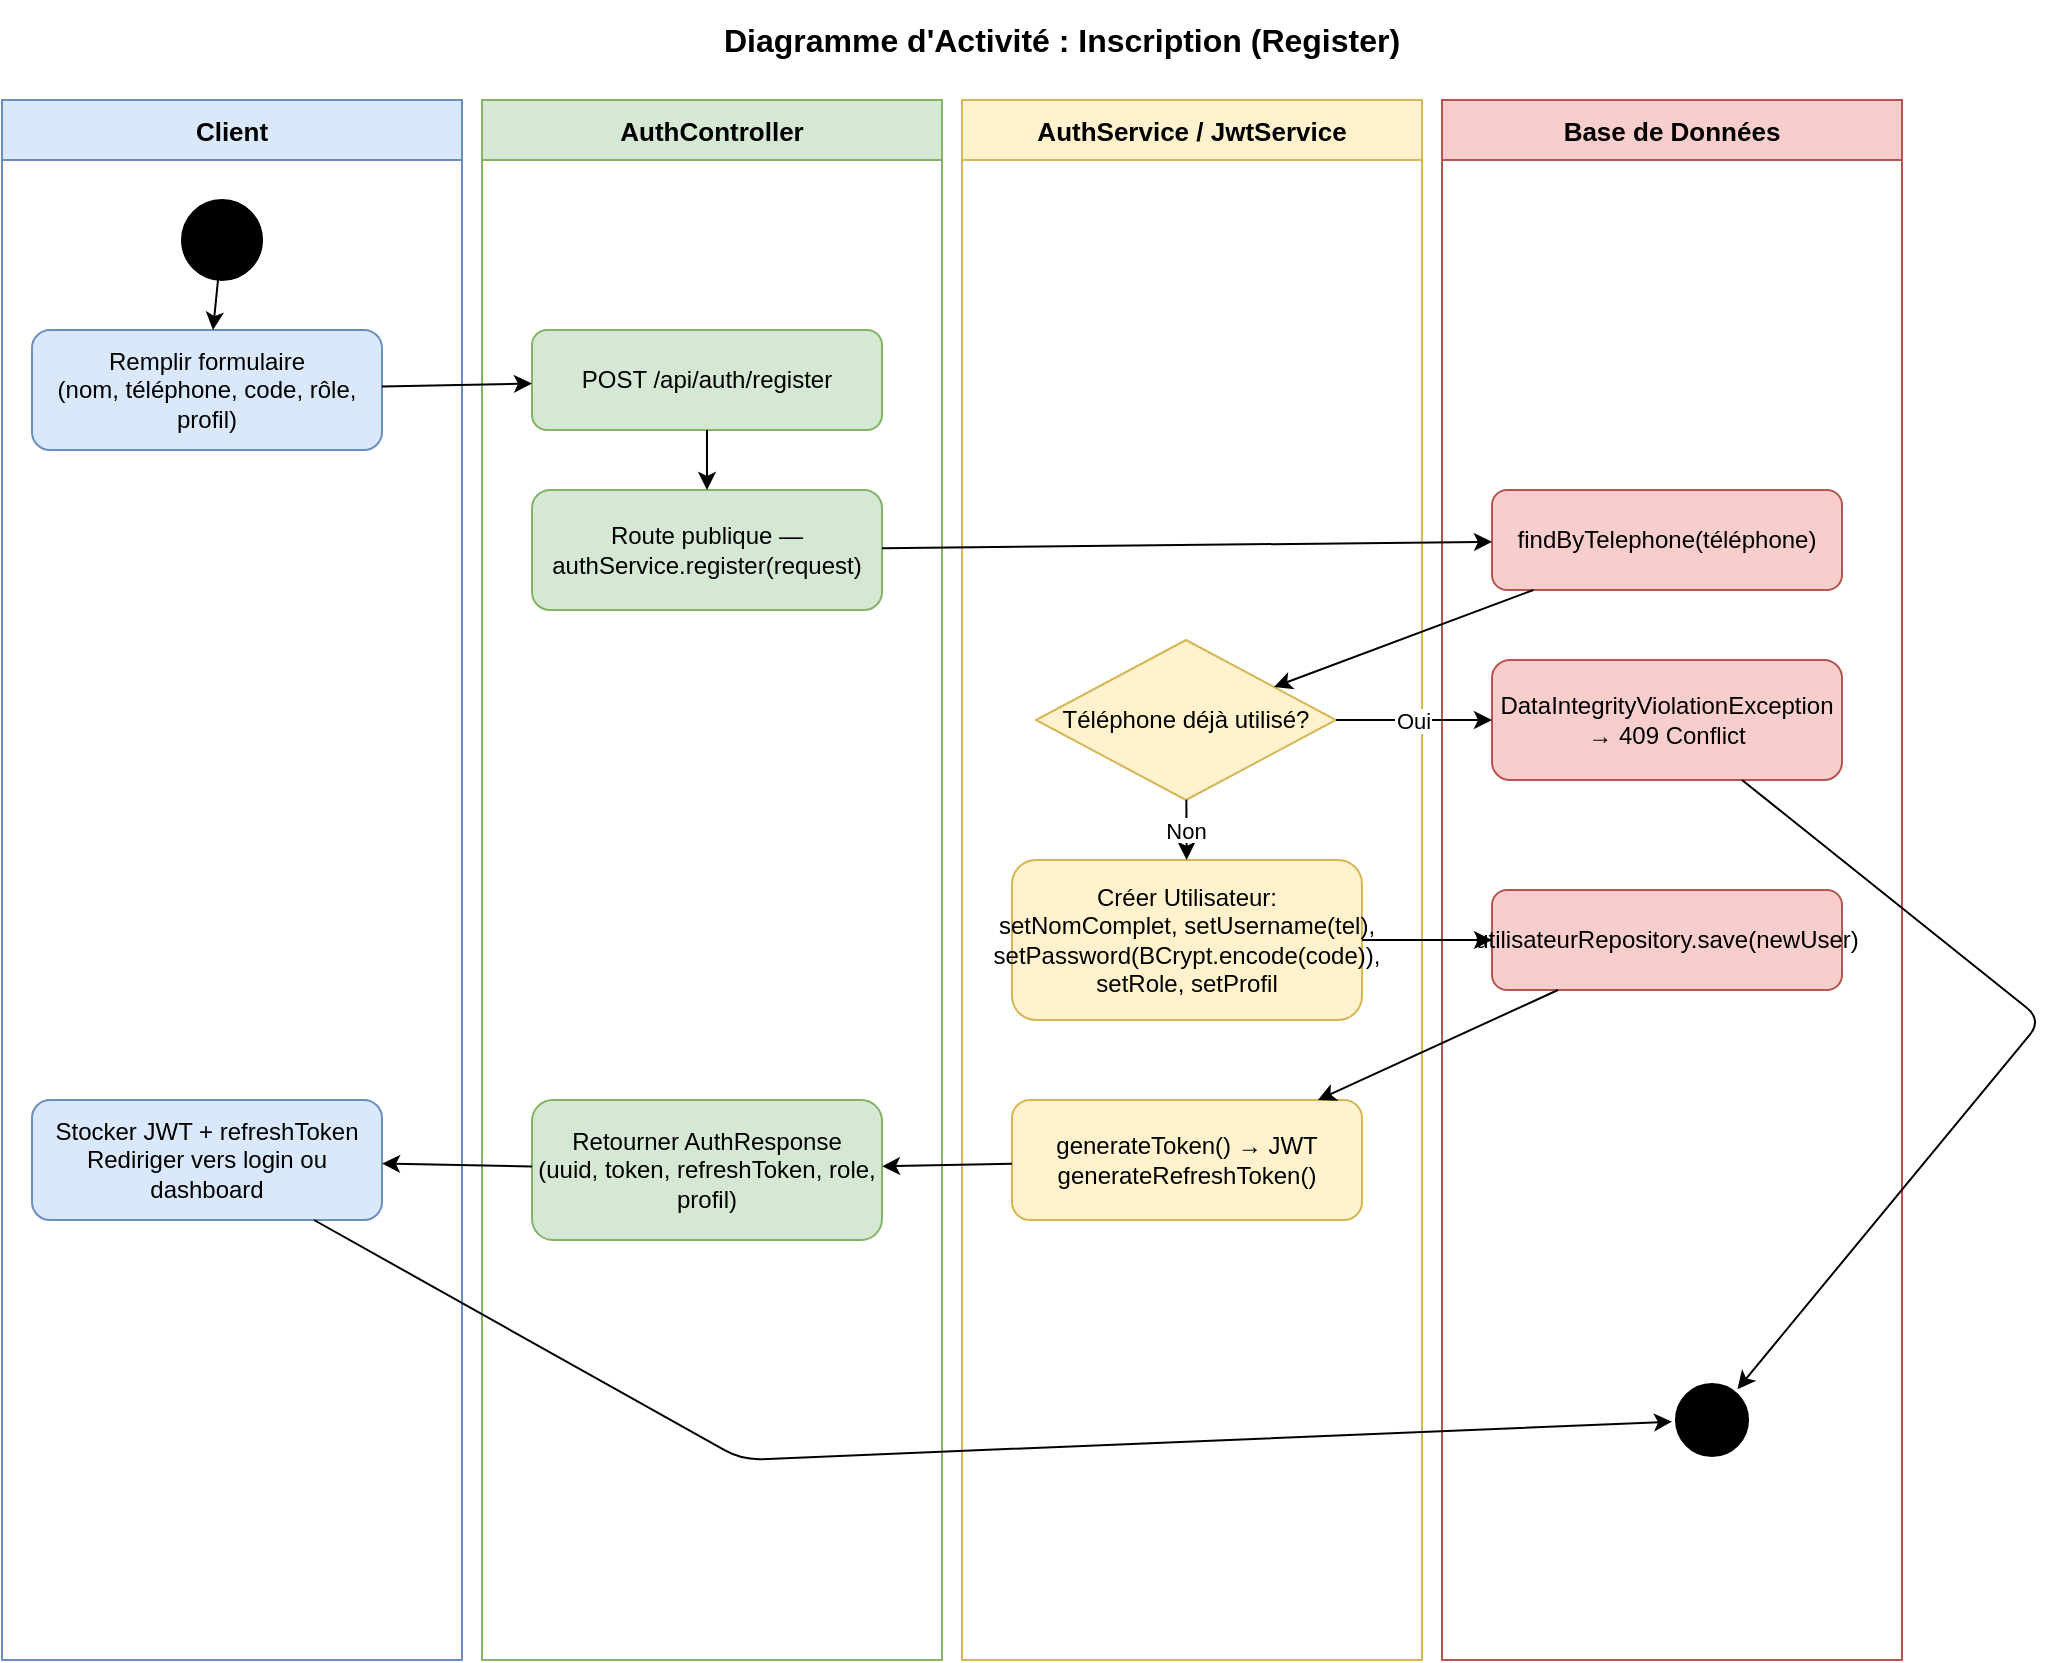
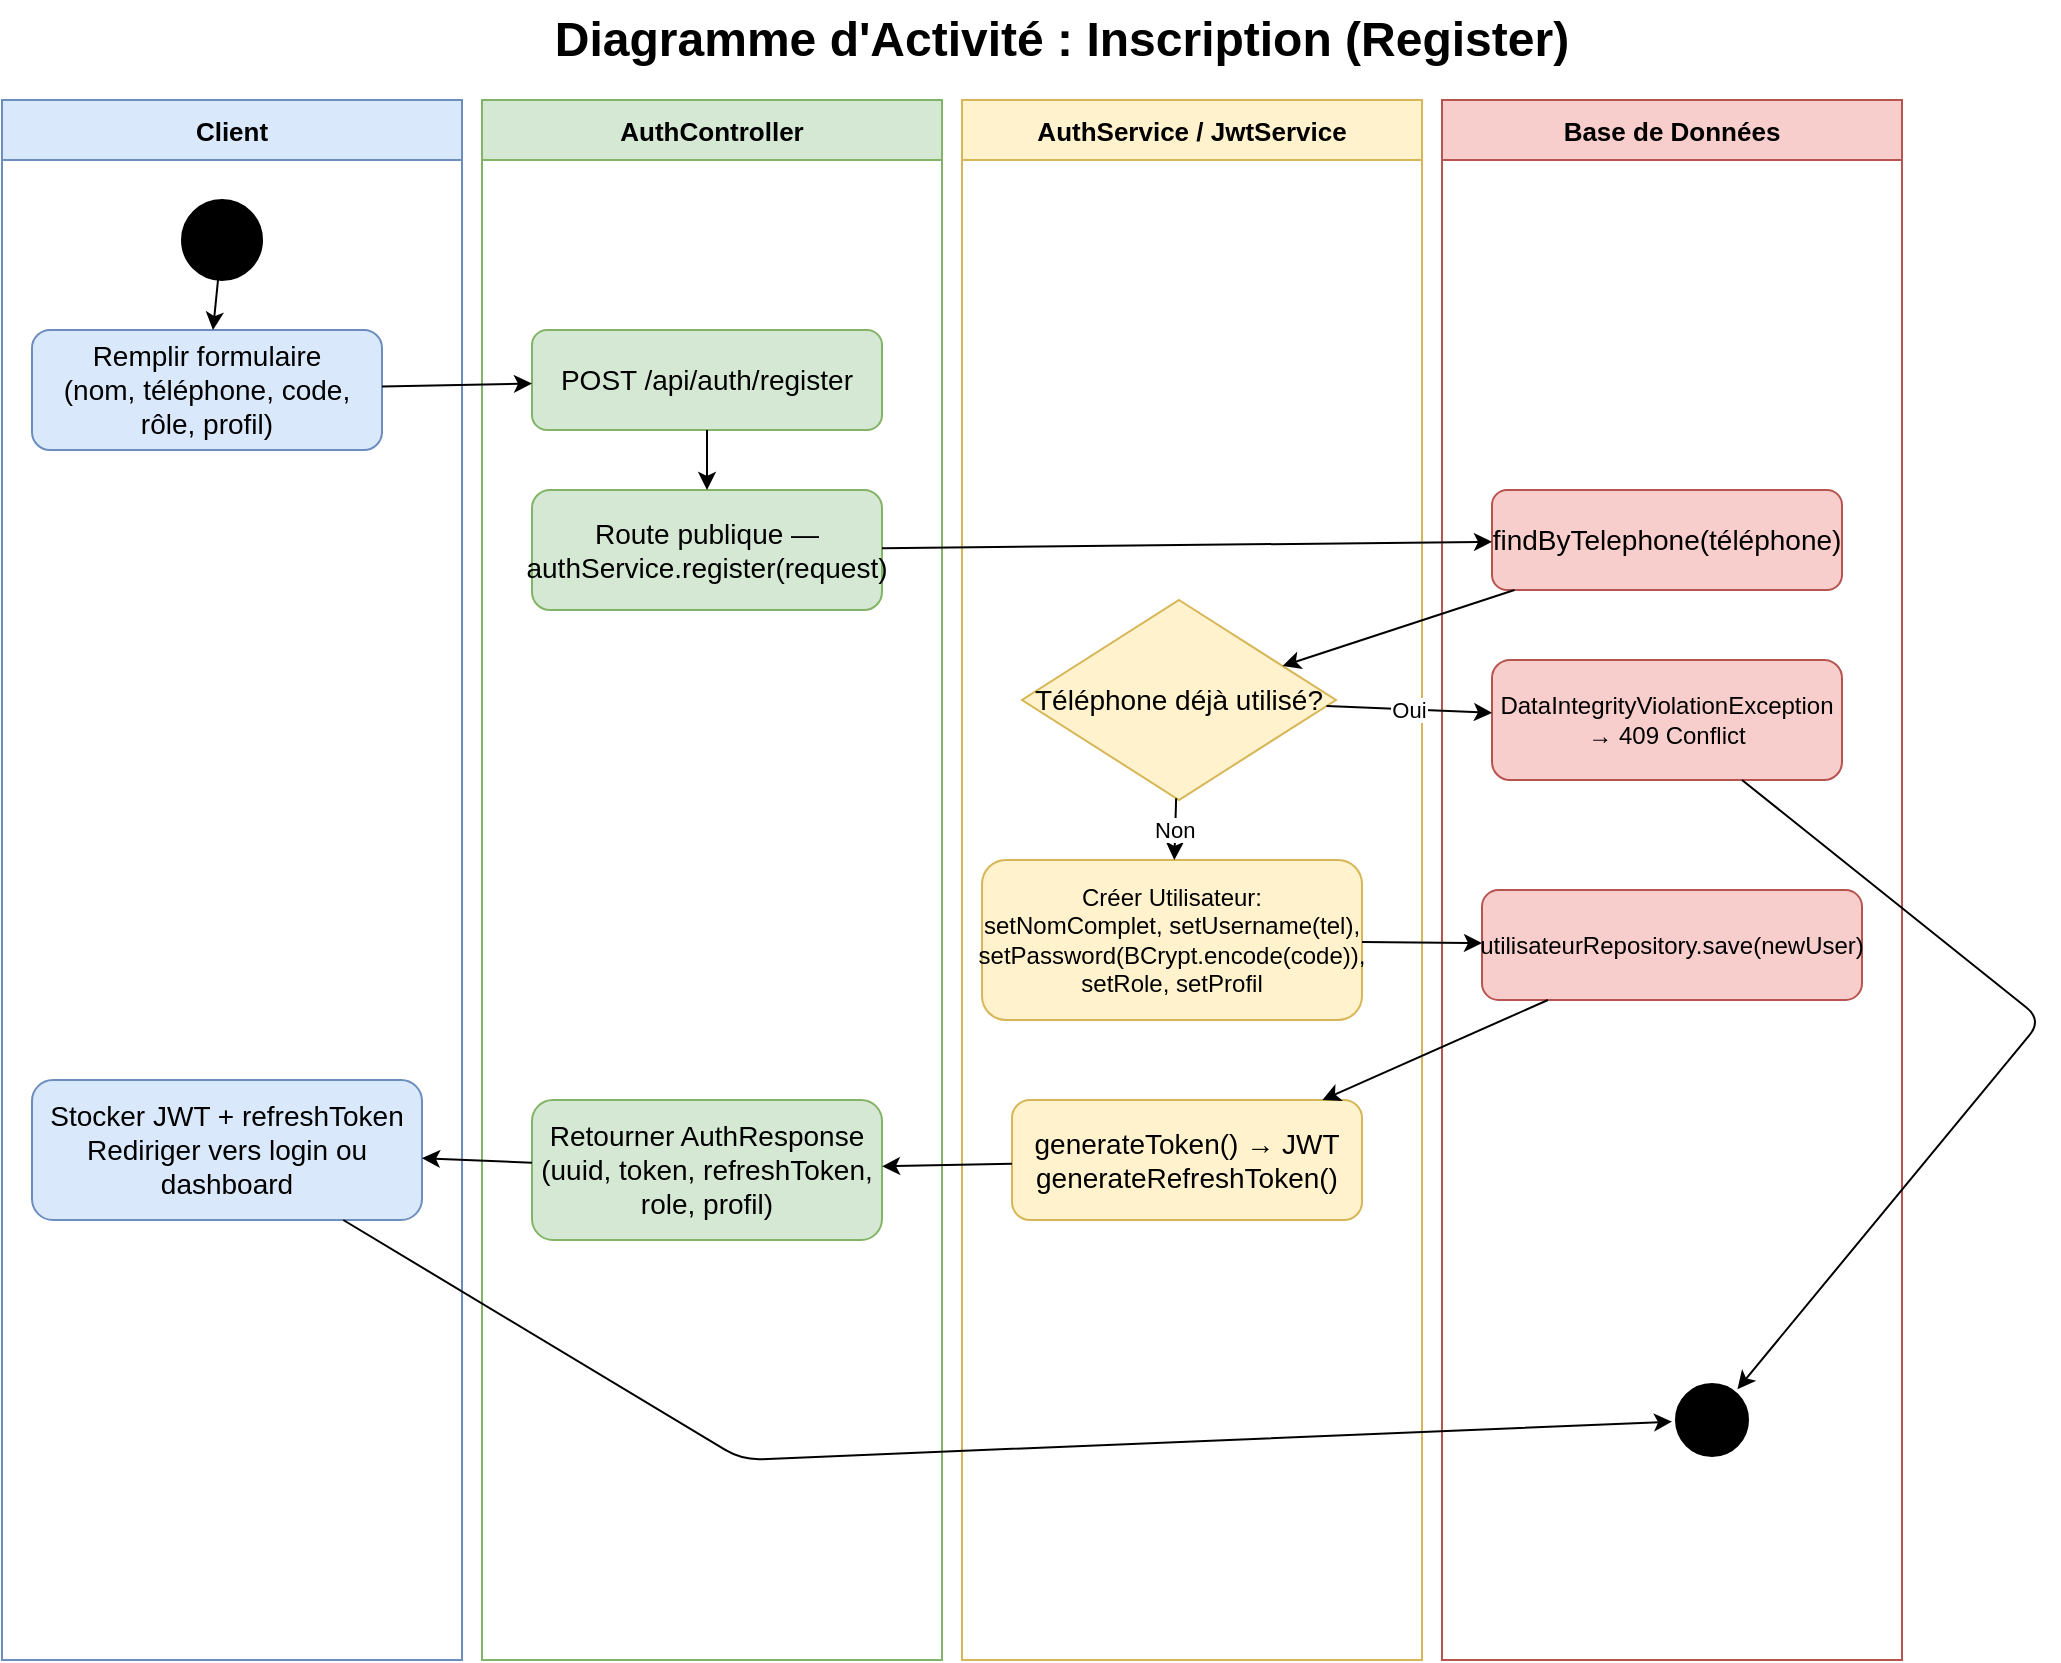
<mxfile host="Electron" agent="Mozilla/5.0 (Windows NT 10.0; Win64; x64) AppleWebKit/537.36 (KHTML, like Gecko) draw.io/29.2.9 Chrome/140.0.7339.249 Electron/38.7.2 Safari/537.36" version="29.2.9">
  <diagram name="Page-1" id="Ot4oTjZ7nfIQ7iFEAMUo">
    <mxGraphModel dx="1111" dy="571" grid="1" gridSize="10" guides="1" tooltips="1" connect="1" arrows="1" fold="1" page="1" pageScale="1" pageWidth="827" pageHeight="1169" math="0" shadow="0">
      <root>
        <mxCell id="0" />
        <mxCell id="1" parent="0" />
-         <mxCell id="roQhSPC6YZWK1N30UW3o-1" parent="1" style="text;html=1;strokeColor=none;fillColor=none;align=center;verticalAlign=middle;whiteSpace=wrap;fontSize=16;fontStyle=1;" value="Diagramme d&#39;Activité : Inscription (Register)" vertex="1">
+         <mxCell id="roQhSPC6YZWK1N30UW3o-1" parent="1" style="text;html=1;strokeColor=none;fillColor=none;align=center;verticalAlign=middle;whiteSpace=wrap;fontSize=16;fontStyle=1;" value="&lt;font style=&quot;font-size: 24px;&quot;&gt;Diagramme d&#39;Activité : Inscription (Register)&lt;/font&gt;" vertex="1">
          <mxGeometry height="40" width="700" x="430" y="70" as="geometry" />
        </mxCell>
        <mxCell id="roQhSPC6YZWK1N30UW3o-2" parent="1" style="swimlane;startSize=30;fillColor=#dae8fc;strokeColor=#6c8ebf;fontSize=13;fontStyle=1;" value="Client" vertex="1">
          <mxGeometry height="780" width="230" x="250" y="120" as="geometry" />
        </mxCell>
        <mxCell id="roQhSPC6YZWK1N30UW3o-3" parent="1" style="swimlane;startSize=30;fillColor=#d5e8d4;strokeColor=#82b366;fontSize=13;fontStyle=1;" value="AuthController" vertex="1">
          <mxGeometry height="780" width="230" x="490" y="120" as="geometry" />
        </mxCell>
        <mxCell id="roQhSPC6YZWK1N30UW3o-4" parent="1" style="swimlane;startSize=30;fillColor=#fff2cc;strokeColor=#d6b656;fontSize=13;fontStyle=1;" value="AuthService / JwtService" vertex="1">
          <mxGeometry height="780" width="230" x="730" y="120" as="geometry" />
        </mxCell>
        <mxCell id="roQhSPC6YZWK1N30UW3o-5" parent="1" style="swimlane;startSize=30;fillColor=#f8cecc;strokeColor=#b85450;fontSize=13;fontStyle=1;" value="Base de Données" vertex="1">
          <mxGeometry height="780" width="230" x="970" y="120" as="geometry" />
        </mxCell>
        <mxCell id="roQhSPC6YZWK1N30UW3o-6" parent="1" style="ellipse;whiteSpace=wrap;html=1;aspect=fixed;fillColor=#000000;" value="" vertex="1">
          <mxGeometry height="40" width="40" x="340" y="170" as="geometry" />
        </mxCell>
-         <mxCell id="roQhSPC6YZWK1N30UW3o-7" parent="1" style="rounded=1;whiteSpace=wrap;html=1;fillColor=#dae8fc;strokeColor=#6c8ebf;" value="Remplir formulaire&#xa;(nom, téléphone, code, rôle, profil)" vertex="1">
+         <mxCell id="roQhSPC6YZWK1N30UW3o-7" parent="1" style="rounded=1;whiteSpace=wrap;html=1;fillColor=#dae8fc;strokeColor=#6c8ebf;" value="&lt;font style=&quot;font-size: 14px;&quot;&gt;Remplir formulaire&lt;br&gt;(nom, téléphone, code, rôle, profil)&lt;/font&gt;" vertex="1">
          <mxGeometry height="60" width="175" x="265" y="235" as="geometry" />
        </mxCell>
-         <mxCell id="roQhSPC6YZWK1N30UW3o-8" parent="1" style="rounded=1;whiteSpace=wrap;html=1;fillColor=#d5e8d4;strokeColor=#82b366;" value="POST /api/auth/register" vertex="1">
+         <mxCell id="roQhSPC6YZWK1N30UW3o-8" parent="1" style="rounded=1;whiteSpace=wrap;html=1;fillColor=#d5e8d4;strokeColor=#82b366;" value="&lt;font style=&quot;font-size: 14px;&quot;&gt;POST /api/auth/register&lt;/font&gt;" vertex="1">
          <mxGeometry height="50" width="175" x="515" y="235" as="geometry" />
        </mxCell>
-         <mxCell id="roQhSPC6YZWK1N30UW3o-9" parent="1" style="rounded=1;whiteSpace=wrap;html=1;fillColor=#d5e8d4;strokeColor=#82b366;" value="Route publique — authService.register(request)" vertex="1">
+         <mxCell id="roQhSPC6YZWK1N30UW3o-9" parent="1" style="rounded=1;whiteSpace=wrap;html=1;fillColor=#d5e8d4;strokeColor=#82b366;" value="&lt;font style=&quot;font-size: 14px;&quot;&gt;Route publique — authService.register(request)&lt;/font&gt;" vertex="1">
          <mxGeometry height="60" width="175" x="515" y="315" as="geometry" />
        </mxCell>
-         <mxCell id="roQhSPC6YZWK1N30UW3o-10" parent="1" style="rounded=1;whiteSpace=wrap;html=1;fillColor=#f8cecc;strokeColor=#b85450;" value="findByTelephone(téléphone)" vertex="1">
+         <mxCell id="roQhSPC6YZWK1N30UW3o-10" parent="1" style="rounded=1;whiteSpace=wrap;html=1;fillColor=#f8cecc;strokeColor=#b85450;" value="&lt;font style=&quot;font-size: 14px;&quot;&gt;findByTelephone(téléphone)&lt;/font&gt;" vertex="1">
          <mxGeometry height="50" width="175" x="995" y="315" as="geometry" />
        </mxCell>
-         <mxCell id="roQhSPC6YZWK1N30UW3o-11" parent="1" style="rhombus;whiteSpace=wrap;html=1;fillColor=#fff2cc;strokeColor=#d6b656;" value="Téléphone déjà utilisé?" vertex="1">
-           <mxGeometry height="80" width="150" x="767" y="390" as="geometry" />
+         <mxCell id="roQhSPC6YZWK1N30UW3o-11" parent="1" style="rhombus;whiteSpace=wrap;html=1;fillColor=#fff2cc;strokeColor=#d6b656;" value="&lt;font style=&quot;font-size: 14px;&quot;&gt;Téléphone déjà utilisé?&lt;/font&gt;" vertex="1">
+           <mxGeometry height="100" width="157" x="760" y="370" as="geometry" />
        </mxCell>
-         <mxCell id="roQhSPC6YZWK1N30UW3o-12" parent="1" style="rounded=1;whiteSpace=wrap;html=1;fillColor=#f8cecc;strokeColor=#b85450;" value="DataIntegrityViolationException → 409 Conflict" vertex="1">
+         <mxCell id="roQhSPC6YZWK1N30UW3o-12" parent="1" style="rounded=1;whiteSpace=wrap;html=1;fillColor=#f8cecc;strokeColor=#b85450;" value="&lt;font style=&quot;font-size: 12px;&quot;&gt;DataIntegrityViolationException → 409 Conflict&lt;/font&gt;" vertex="1">
          <mxGeometry height="60" width="175" x="995" y="400" as="geometry" />
        </mxCell>
        <mxCell id="roQhSPC6YZWK1N30UW3o-13" parent="1" style="rounded=1;whiteSpace=wrap;html=1;fillColor=#fff2cc;strokeColor=#d6b656;" value="Créer Utilisateur:&#xa;setNomComplet, setUsername(tel),&#xa;setPassword(BCrypt.encode(code)),&#xa;setRole, setProfil" vertex="1">
-           <mxGeometry height="80" width="175" x="755" y="500" as="geometry" />
+           <mxGeometry height="80" width="190" x="740" y="500" as="geometry" />
        </mxCell>
        <mxCell id="roQhSPC6YZWK1N30UW3o-14" parent="1" style="rounded=1;whiteSpace=wrap;html=1;fillColor=#f8cecc;strokeColor=#b85450;" value="utilisateurRepository.save(newUser)" vertex="1">
-           <mxGeometry height="50" width="175" x="995" y="515" as="geometry" />
+           <mxGeometry height="55" width="190" x="990" y="515" as="geometry" />
        </mxCell>
-         <mxCell id="roQhSPC6YZWK1N30UW3o-15" parent="1" style="rounded=1;whiteSpace=wrap;html=1;fillColor=#fff2cc;strokeColor=#d6b656;" value="generateToken() → JWT&#xa;generateRefreshToken()" vertex="1">
+         <mxCell id="roQhSPC6YZWK1N30UW3o-15" parent="1" style="rounded=1;whiteSpace=wrap;html=1;fillColor=#fff2cc;strokeColor=#d6b656;" value="&lt;font style=&quot;font-size: 14px;&quot;&gt;generateToken() → JWT&lt;br&gt;generateRefreshToken()&lt;/font&gt;" vertex="1">
          <mxGeometry height="60" width="175" x="755" y="620" as="geometry" />
        </mxCell>
-         <mxCell id="roQhSPC6YZWK1N30UW3o-16" parent="1" style="rounded=1;whiteSpace=wrap;html=1;fillColor=#d5e8d4;strokeColor=#82b366;" value="Retourner AuthResponse&#xa;(uuid, token, refreshToken, role, profil)" vertex="1">
+         <mxCell id="roQhSPC6YZWK1N30UW3o-16" parent="1" style="rounded=1;whiteSpace=wrap;html=1;fillColor=#d5e8d4;strokeColor=#82b366;" value="&lt;font style=&quot;font-size: 14px;&quot;&gt;Retourner AuthResponse&lt;br&gt;(uuid, token, refreshToken, role, profil)&lt;/font&gt;" vertex="1">
          <mxGeometry height="70" width="175" x="515" y="620" as="geometry" />
        </mxCell>
-         <mxCell id="roQhSPC6YZWK1N30UW3o-17" parent="1" style="rounded=1;whiteSpace=wrap;html=1;fillColor=#dae8fc;strokeColor=#6c8ebf;" value="Stocker JWT + refreshToken&#xa;Rediriger vers login ou dashboard" vertex="1">
-           <mxGeometry height="60" width="175" x="265" y="620" as="geometry" />
+         <mxCell id="roQhSPC6YZWK1N30UW3o-17" parent="1" style="rounded=1;whiteSpace=wrap;html=1;fillColor=#dae8fc;strokeColor=#6c8ebf;" value="&lt;font style=&quot;font-size: 14px;&quot;&gt;Stocker JWT + refreshToken&lt;br&gt;Rediriger vers login ou dashboard&lt;/font&gt;" vertex="1">
+           <mxGeometry height="70" width="195" x="265" y="610" as="geometry" />
        </mxCell>
        <mxCell id="roQhSPC6YZWK1N30UW3o-18" parent="1" style="ellipse;whiteSpace=wrap;html=1;aspect=fixed;fillColor=#000000;strokeColor=#ffffff;strokeWidth=3;" value="" vertex="1">
          <mxGeometry height="40" width="40" x="1085" y="760" as="geometry" />
        </mxCell>
        <mxCell id="roQhSPC6YZWK1N30UW3o-19" edge="1" parent="1" source="roQhSPC6YZWK1N30UW3o-6" target="roQhSPC6YZWK1N30UW3o-7">
          <mxGeometry relative="1" as="geometry" />
        </mxCell>
        <mxCell id="roQhSPC6YZWK1N30UW3o-20" edge="1" parent="1" source="roQhSPC6YZWK1N30UW3o-7" target="roQhSPC6YZWK1N30UW3o-8">
          <mxGeometry relative="1" as="geometry" />
        </mxCell>
        <mxCell id="roQhSPC6YZWK1N30UW3o-21" edge="1" parent="1" source="roQhSPC6YZWK1N30UW3o-8" target="roQhSPC6YZWK1N30UW3o-9">
          <mxGeometry relative="1" as="geometry" />
        </mxCell>
        <mxCell id="roQhSPC6YZWK1N30UW3o-22" edge="1" parent="1" source="roQhSPC6YZWK1N30UW3o-9" target="roQhSPC6YZWK1N30UW3o-10">
          <mxGeometry relative="1" as="geometry" />
        </mxCell>
        <mxCell id="roQhSPC6YZWK1N30UW3o-23" edge="1" parent="1" source="roQhSPC6YZWK1N30UW3o-10" target="roQhSPC6YZWK1N30UW3o-11">
          <mxGeometry relative="1" as="geometry" />
        </mxCell>
        <mxCell id="roQhSPC6YZWK1N30UW3o-24" edge="1" parent="1" source="roQhSPC6YZWK1N30UW3o-11" target="roQhSPC6YZWK1N30UW3o-12" value="Oui">
          <mxGeometry relative="1" as="geometry" />
        </mxCell>
        <mxCell id="roQhSPC6YZWK1N30UW3o-25" edge="1" parent="1" source="roQhSPC6YZWK1N30UW3o-11" target="roQhSPC6YZWK1N30UW3o-13" value="Non">
          <mxGeometry relative="1" as="geometry" />
        </mxCell>
        <mxCell id="roQhSPC6YZWK1N30UW3o-26" edge="1" parent="1" source="roQhSPC6YZWK1N30UW3o-13" target="roQhSPC6YZWK1N30UW3o-14">
          <mxGeometry relative="1" as="geometry" />
        </mxCell>
        <mxCell id="roQhSPC6YZWK1N30UW3o-27" edge="1" parent="1" source="roQhSPC6YZWK1N30UW3o-14" target="roQhSPC6YZWK1N30UW3o-15">
          <mxGeometry relative="1" as="geometry" />
        </mxCell>
        <mxCell id="roQhSPC6YZWK1N30UW3o-28" edge="1" parent="1" source="roQhSPC6YZWK1N30UW3o-15" target="roQhSPC6YZWK1N30UW3o-16">
          <mxGeometry relative="1" as="geometry" />
        </mxCell>
        <mxCell id="roQhSPC6YZWK1N30UW3o-29" edge="1" parent="1" source="roQhSPC6YZWK1N30UW3o-16" target="roQhSPC6YZWK1N30UW3o-17">
          <mxGeometry relative="1" as="geometry" />
        </mxCell>
        <mxCell id="roQhSPC6YZWK1N30UW3o-30" edge="1" parent="1" source="roQhSPC6YZWK1N30UW3o-12" target="roQhSPC6YZWK1N30UW3o-18">
          <mxGeometry relative="1" as="geometry">
            <Array as="points">
              <mxPoint x="1270" y="580" />
            </Array>
          </mxGeometry>
        </mxCell>
        <mxCell id="roQhSPC6YZWK1N30UW3o-31" edge="1" parent="1" source="roQhSPC6YZWK1N30UW3o-17" target="roQhSPC6YZWK1N30UW3o-18">
          <mxGeometry relative="1" as="geometry">
            <Array as="points">
              <mxPoint x="620" y="800" />
            </Array>
          </mxGeometry>
        </mxCell>
      </root>
    </mxGraphModel>
  </diagram>
</mxfile>
